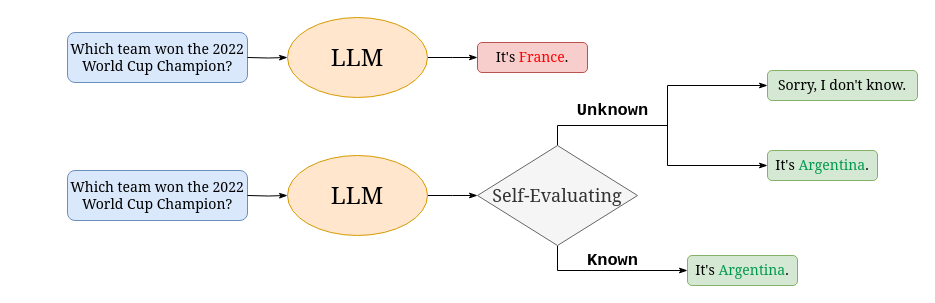
AmourWaltz/FactDial keeps this draw.io diagram as figs/self-cali.drawio. Above is the earlier version. Source tidied: cells renumbered, new cells numbered last; positions are measured from the earlier drawing's top-left corner, leaving out a move shared by most shapes. Both pictures are drawn from the tidied source at 100%, with x=0, y=0 at pixel (67, 17).
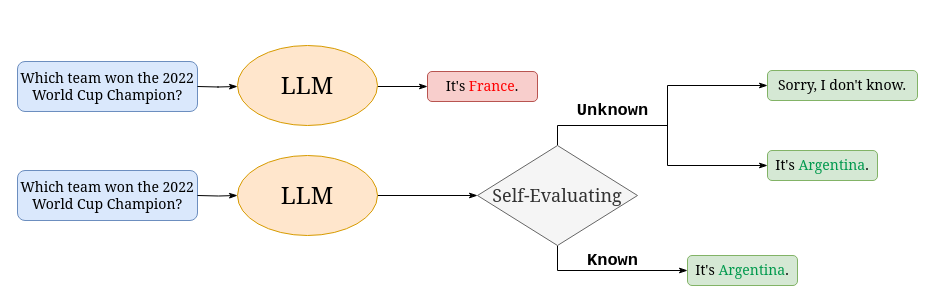
The same page after the edit.

Unchanged cells that the change refers to:
```xml
<mxCell id="14" value="&lt;font face=&quot;Georgia&quot; style=&quot;font-size: 18px;&quot;&gt;Self-Evaluating&lt;/font&gt;" style="rhombus;whiteSpace=wrap;html=1;fillColor=#f5f5f5;fontColor=#333333;strokeColor=#666666;" parent="1" vertex="1">
  <mxGeometry x="410" y="128" width="160" height="100" as="geometry" />
</mxCell>
```

The edit, as a diff of the source:
```diff
@@
     <mxCell id="2" value="&lt;font style=&quot;font-size: 14px;&quot; face=&quot;Georgia&quot;&gt;Which team won the 2022 World Cup Champion?&lt;/font&gt;" style="rounded=1;whiteSpace=wrap;html=1;fillColor=#dae8fc;strokeColor=#6c8ebf;" parent="1" vertex="1">
-      <mxGeometry y="15" width="180" height="50" as="geometry" />
+      <mxGeometry x="-50" y="44" width="180" height="50" as="geometry" />
     </mxCell>
-    <mxCell id="3" style="edgeStyle=orthogonalEdgeStyle;rounded=0;jettySize=auto;html=1;exitX=1;exitY=0.5;exitDx=0;exitDy=0;endArrow=classicThin;endFill=1;" parent="1" edge="1" source="4">
+    <mxCell id="3" style="edgeStyle=orthogonalEdgeStyle;rounded=0;orthogonalLoop=1;jettySize=auto;html=1;exitX=1;exitY=0.5;exitDx=0;exitDy=0;endArrow=classicThin;endFill=1;" parent="1" edge="1">
       <mxGeometry relative="1" as="geometry">
-        <mxPoint x="410" y="40" as="targetPoint" />
+        <mxPoint x="310" y="69" as="sourcePoint" />
+        <mxPoint x="360" y="69" as="targetPoint" />
       </mxGeometry>
     </mxCell>
     <mxCell id="4" value="&lt;font face=&quot;Georgia&quot; style=&quot;&quot;&gt;&lt;font style=&quot;font-size: 24px;&quot;&gt;LLM&lt;/font&gt;&lt;br&gt;&lt;/font&gt;" style="ellipse;whiteSpace=wrap;html=1;fillColor=#ffe6cc;strokeColor=#d79b00;" parent="1" vertex="1">
-      <mxGeometry x="220" width="140" height="80" as="geometry" />
+      <mxGeometry x="170" y="28" width="140" height="80" as="geometry" />
     </mxCell>
-    <mxCell id="5" style="edgeStyle=orthogonalEdgeStyle;rounded=0;jettySize=auto;html=1;exitX=1;exitY=0.5;exitDx=0;exitDy=0;entryX=0;entryY=0.5;entryDx=0;entryDy=0;endArrow=classicThin;endFill=1;" parent="1" edge="1" target="4">
+    <mxCell id="5" style="edgeStyle=orthogonalEdgeStyle;rounded=0;orthogonalLoop=1;jettySize=auto;html=1;exitX=1;exitY=0.5;exitDx=0;exitDy=0;entryX=0;entryY=0.5;entryDx=0;entryDy=0;endArrow=classicThin;endFill=1;" parent="1" edge="1">
       <mxGeometry relative="1" as="geometry">
-        <mxPoint x="180" y="40" as="sourcePoint" />
+        <mxPoint x="130" y="69" as="sourcePoint" />
+        <mxPoint x="170" y="69" as="targetPoint" />
       </mxGeometry>
     </mxCell>
     <mxCell id="6" value="&lt;font style=&quot;font-size: 14px;&quot; face=&quot;Georgia&quot;&gt;It's &lt;font color=&quot;#ff0000&quot;&gt;France&lt;/font&gt;.&lt;/font&gt;" style="rounded=1;whiteSpace=wrap;html=1;fillColor=#f8cecc;strokeColor=#b85450;" parent="1" vertex="1">
-      <mxGeometry x="410" y="25" width="110" height="30" as="geometry" />
+      <mxGeometry x="360" y="54" width="110" height="30" as="geometry" />
     </mxCell>
     <mxCell id="7" value="&lt;font style=&quot;font-size: 14px;&quot; face=&quot;Georgia&quot;&gt;Which team won the 2022 World Cup Champion?&lt;/font&gt;" style="rounded=1;whiteSpace=wrap;html=1;fillColor=#dae8fc;strokeColor=#6c8ebf;" parent="1" vertex="1">
-      <mxGeometry y="153" width="180" height="50" as="geometry" />
+      <mxGeometry x="-50" y="153" width="180" height="50" as="geometry" />
     </mxCell>
-    <mxCell id="8" style="edgeStyle=orthogonalEdgeStyle;rounded=0;jettySize=auto;html=1;exitX=1;exitY=0.5;exitDx=0;exitDy=0;endArrow=classicThin;endFill=1;" parent="1" edge="1" source="9">
-      <mxGeometry relative="1" as="geometry">
-        <mxPoint x="410" y="178" as="targetPoint" />
-      </mxGeometry>
+    <mxCell id="8" style="edgeStyle=orthogonalEdgeStyle;rounded=0;jettySize=auto;html=1;exitX=1;exitY=0.5;exitDx=0;exitDy=0;endArrow=classicThin;endFill=1;entryX=0;entryY=0.5;entryDx=0;entryDy=0;" parent="1" edge="1" source="9" target="14">
+      <mxGeometry relative="1" as="geometry" />
     </mxCell>
     <mxCell id="9" value="&lt;font face=&quot;Georgia&quot; style=&quot;&quot;&gt;&lt;font style=&quot;font-size: 24px;&quot;&gt;LLM&lt;/font&gt;&lt;br&gt;&lt;/font&gt;" style="ellipse;whiteSpace=wrap;html=1;fillColor=#ffe6cc;strokeColor=#d79b00;" parent="1" vertex="1">
-      <mxGeometry x="220" y="138" width="140" height="80" as="geometry" />
+      <mxGeometry x="170" y="138" width="140" height="80" as="geometry" />
     </mxCell>
     <mxCell id="10" style="edgeStyle=orthogonalEdgeStyle;rounded=0;jettySize=auto;html=1;exitX=1;exitY=0.5;exitDx=0;exitDy=0;entryX=0;entryY=0.5;entryDx=0;entryDy=0;endArrow=classicThin;endFill=1;" parent="1" edge="1" target="9">
       <mxGeometry relative="1" as="geometry">
-        <mxPoint x="180" y="178" as="sourcePoint" />
+        <mxPoint x="130" y="178" as="sourcePoint" />
       </mxGeometry>
     </mxCell>
```
